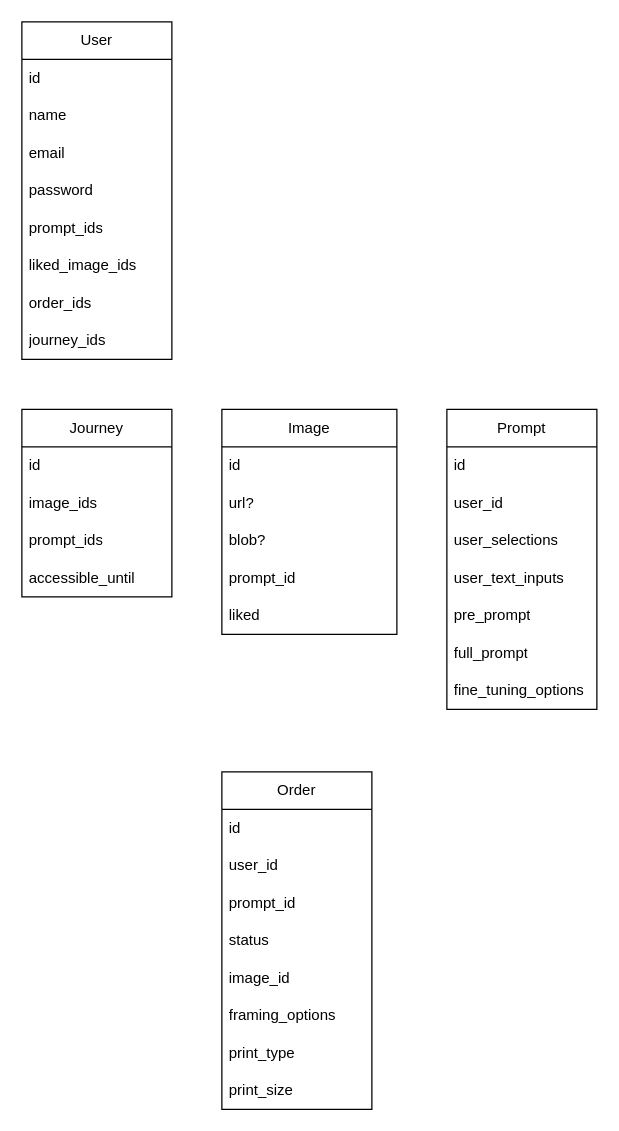
Earlier version of the draw.io diagram docs/alpha/schema-alpha.drawio (ColinSprows/Fraime). Source tidied: cells renumbered, new cells numbered last; positions are measured from the earlier drawing's top-left corner, leaving out a move shared by most shapes. Both pictures are drawn from the tidied source at 125%, with x=0, y=0 at pixel (21, 21).
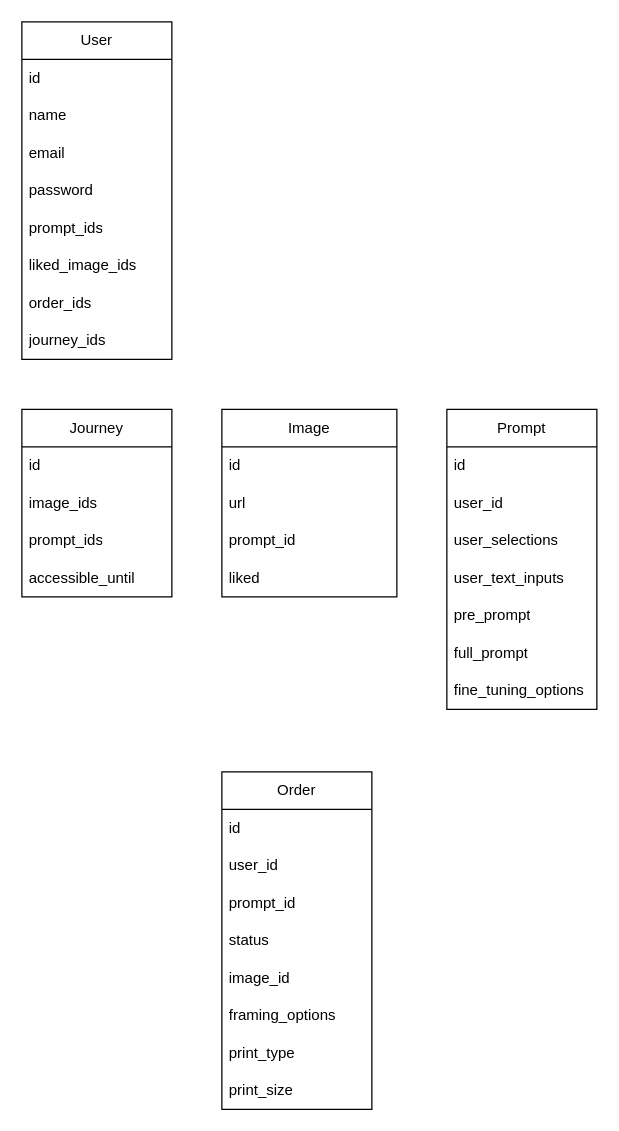
The same diagram, later.

Commit message:
removes blob property from image schema in diagram

What changed in the source:
```diff
@@
     <mxCell id="28" value="Image" style="swimlane;fontStyle=0;horizontal=1;startSize=30;whiteSpace=wrap;html=1;" parent="1" vertex="1">
-      <mxGeometry x="160" y="310" width="140" height="180" as="geometry" />
+      <mxGeometry x="160" y="310" width="140" height="150" as="geometry" />
     </mxCell>
@@
-    <mxCell id="30" value="url?" style="text;strokeColor=none;fillColor=none;align=left;verticalAlign=middle;spacingLeft=4;spacingRight=4;overflow=hidden;whiteSpace=wrap;html=1;" parent="28" vertex="1">
+    <mxCell id="30" value="url" style="text;strokeColor=none;fillColor=none;align=left;verticalAlign=middle;spacingLeft=4;spacingRight=4;overflow=hidden;whiteSpace=wrap;html=1;" parent="28" vertex="1">
       <mxGeometry y="60" width="140" height="30" as="geometry" />
     </mxCell>
-    <mxCell id="31" value="blob?" style="text;strokeColor=none;fillColor=none;align=left;verticalAlign=middle;spacingLeft=4;spacingRight=4;overflow=hidden;whiteSpace=wrap;html=1;" parent="28" vertex="1">
-      <mxGeometry y="90" width="140" height="30" as="geometry" />
-    </mxCell>
     <mxCell id="32" value="prompt_id" style="text;strokeColor=none;fillColor=none;align=left;verticalAlign=middle;spacingLeft=4;spacingRight=4;overflow=hidden;whiteSpace=wrap;html=1;" parent="28" vertex="1">
-      <mxGeometry y="120" width="140" height="30" as="geometry" />
+      <mxGeometry y="90" width="140" height="30" as="geometry" />
     </mxCell>
     <mxCell id="33" value="liked" style="text;strokeColor=none;fillColor=none;align=left;verticalAlign=middle;spacingLeft=4;spacingRight=4;overflow=hidden;whiteSpace=wrap;html=1;" parent="28" vertex="1">
-      <mxGeometry y="150" width="140" height="30" as="geometry" />
+      <mxGeometry y="120" width="140" height="30" as="geometry" />
     </mxCell>
```
